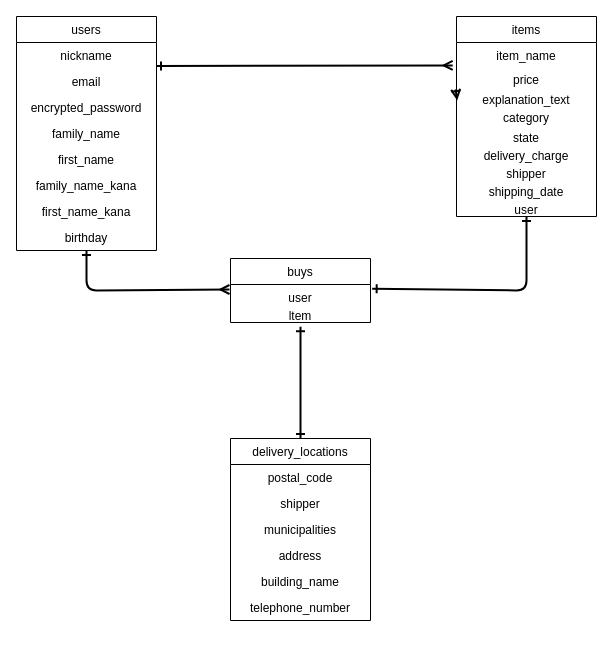
This is datebase.craft.dio from EgoisticHero3245/furima-38757, a draw.io file, before an edit. Source tidied: cells renumbered, new cells numbered last; positions are measured from the earlier drawing's top-left corner, leaving out a move shared by most shapes. Both pictures are drawn from the tidied source at 100%, with x=0, y=0 at pixel (16, 16).
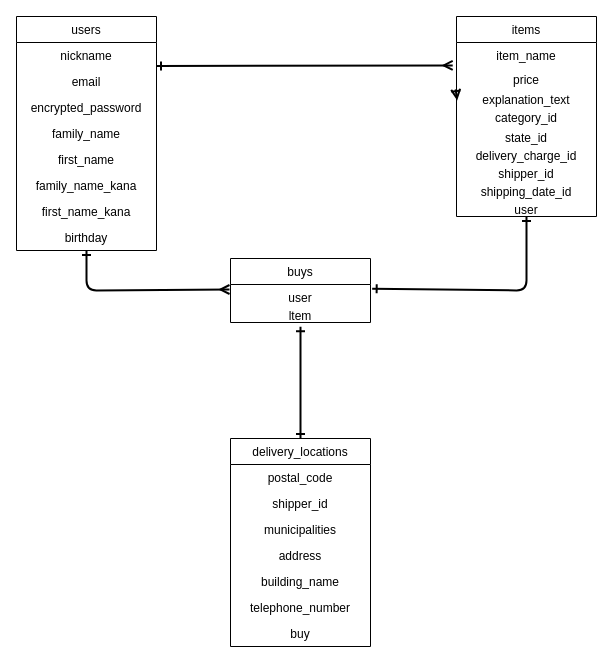
The same diagram, later.

Unchanged cells that the change refers to:
```xml
<mxCell id="14" value="items" style="swimlane;fontStyle=0;horizontal=1;startSize=26;fillColor=none;align=center;" parent="1" vertex="1">
  <mxGeometry x="440" width="140" height="200" as="geometry" />
</mxCell>
```

What changed in the source:
```diff
@@
-    <mxCell id="18" value="category" style="text;strokeColor=none;fillColor=none;align=center;verticalAlign=top;spacingLeft=4;spacingRight=4;overflow=hidden;" parent="14" vertex="1">
+    <mxCell id="18" value="category_id" style="text;strokeColor=none;fillColor=none;align=center;verticalAlign=top;spacingLeft=4;spacingRight=4;overflow=hidden;" parent="14" vertex="1">
       <mxGeometry y="88" width="140" height="20" as="geometry" />
     </mxCell>
@@
-    <mxCell id="20" value="state" style="text;strokeColor=none;fillColor=none;align=center;verticalAlign=top;spacingLeft=4;spacingRight=4;overflow=hidden;" parent="14" vertex="1">
+    <mxCell id="20" value="state_id" style="text;strokeColor=none;fillColor=none;align=center;verticalAlign=top;spacingLeft=4;spacingRight=4;overflow=hidden;" parent="14" vertex="1">
       <mxGeometry y="108" width="140" height="18" as="geometry" />
     </mxCell>
-    <mxCell id="21" value="delivery_charge" style="text;strokeColor=none;fillColor=none;align=center;verticalAlign=top;spacingLeft=4;spacingRight=4;overflow=hidden;" parent="14" vertex="1">
+    <mxCell id="21" value="delivery_charge_id" style="text;strokeColor=none;fillColor=none;align=center;verticalAlign=top;spacingLeft=4;spacingRight=4;overflow=hidden;" parent="14" vertex="1">
       <mxGeometry y="126" width="140" height="18" as="geometry" />
     </mxCell>
-    <mxCell id="22" value="shipper" style="text;strokeColor=none;fillColor=none;align=center;verticalAlign=top;spacingLeft=4;spacingRight=4;overflow=hidden;" parent="14" vertex="1">
+    <mxCell id="22" value="shipper_id" style="text;strokeColor=none;fillColor=none;align=center;verticalAlign=top;spacingLeft=4;spacingRight=4;overflow=hidden;" parent="14" vertex="1">
       <mxGeometry y="144" width="140" height="18" as="geometry" />
     </mxCell>
-    <mxCell id="23" value="shipping_date" style="text;strokeColor=none;fillColor=none;align=center;verticalAlign=top;spacingLeft=4;spacingRight=4;overflow=hidden;" parent="14" vertex="1">
+    <mxCell id="23" value="shipping_date_id" style="text;strokeColor=none;fillColor=none;align=center;verticalAlign=top;spacingLeft=4;spacingRight=4;overflow=hidden;" parent="14" vertex="1">
       <mxGeometry y="162" width="140" height="18" as="geometry" />
     </mxCell>
@@
     <mxCell id="29" value="delivery_locations" style="swimlane;fontStyle=0;horizontal=1;startSize=26;fillColor=none;" parent="1" vertex="1">
-      <mxGeometry x="214" y="422" width="140" height="182" as="geometry" />
+      <mxGeometry x="214" y="422" width="140" height="208" as="geometry" />
     </mxCell>
@@
-    <mxCell id="31" value="shipper" style="text;strokeColor=none;fillColor=none;align=center;verticalAlign=top;spacingLeft=4;spacingRight=4;overflow=hidden;" parent="29" vertex="1">
+    <mxCell id="31" value="shipper_id" style="text;strokeColor=none;fillColor=none;align=center;verticalAlign=top;spacingLeft=4;spacingRight=4;overflow=hidden;" parent="29" vertex="1">
       <mxGeometry y="52" width="140" height="26" as="geometry" />
     </mxCell>
@@
+    <mxCell id="36" value="buy" style="text;strokeColor=none;fillColor=none;align=center;verticalAlign=top;spacingLeft=4;spacingRight=4;overflow=hidden;" parent="29" vertex="1">
+      <mxGeometry y="182" width="140" height="26" as="geometry" />
+    </mxCell>
```
